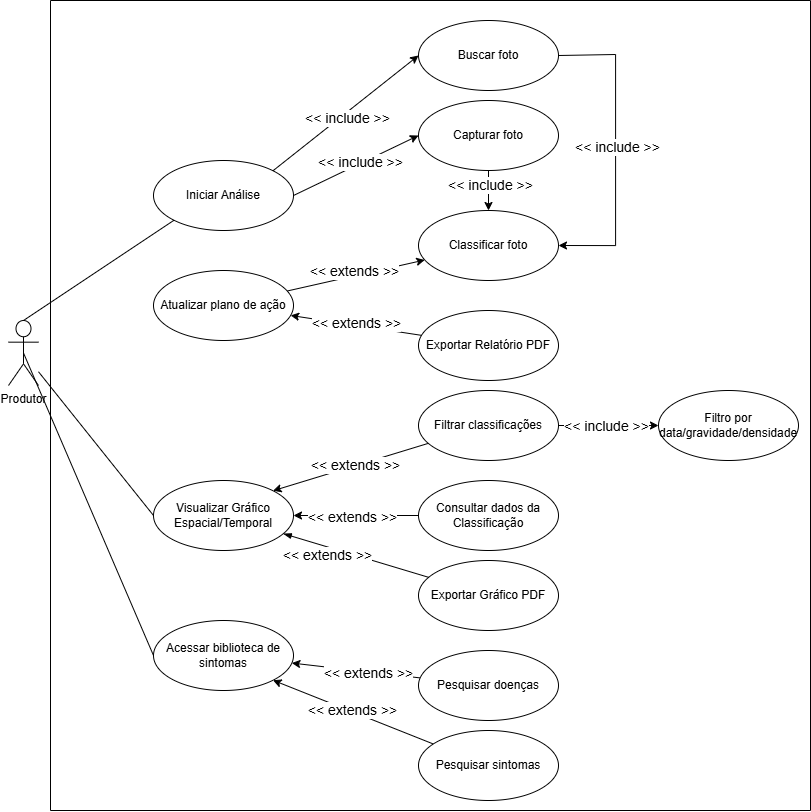
This is artefatos/diagramas/caso_de_uso.png from guilhermexmada/pi-ponskan, a draw.io export, as it was before one commit. Source tidied: cells renumbered, new cells last; positions are measured from the earlier drawing's top-left corner, leaving out a move shared by most shapes.
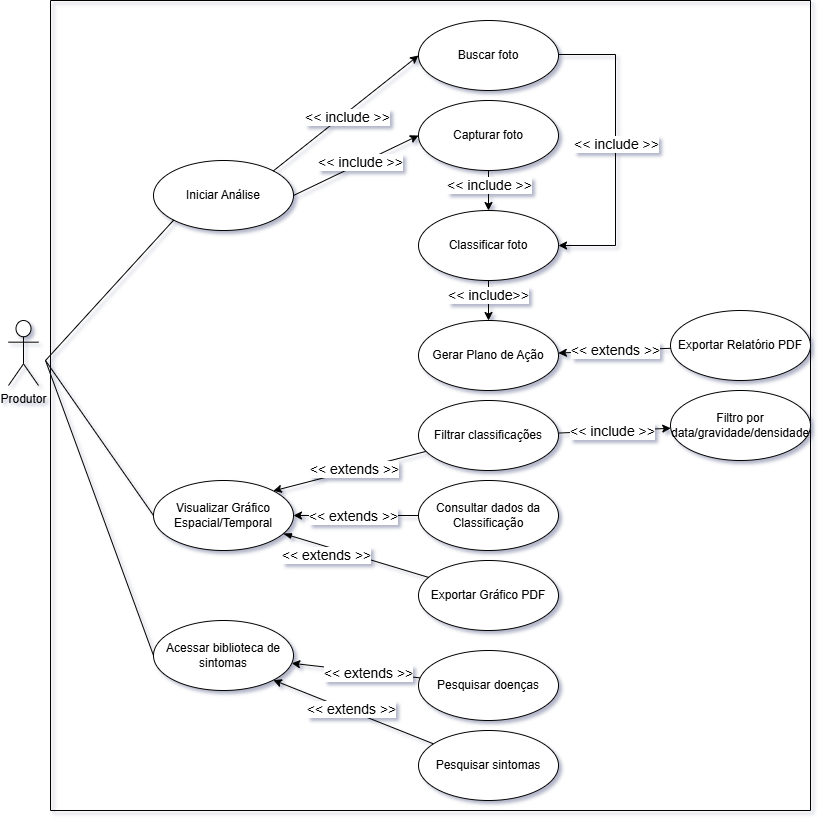
After the commit.

The edit, as a diff of the source:
```diff
@@ -2,8 +2,10 @@
   <root>
     <mxCell id="0" />
     <mxCell id="1" parent="0" />
-    <mxCell id="2" style="rounded=0;jettySize=auto;html=1;entryX=0;entryY=0.5;entryDx=0;entryDy=0;endArrow=none;endFill=0;" parent="1" edge="1" source="3" target="18">
-      <mxGeometry relative="1" as="geometry" />
+    <mxCell id="2" style="rounded=0;jettySize=auto;html=1;entryX=0;entryY=0.5;entryDx=0;entryDy=0;endArrow=none;endFill=0;" parent="1" edge="1" target="18">
+      <mxGeometry relative="1" as="geometry">
+        <mxPoint x="37" y="360" as="sourcePoint" />
+      </mxGeometry>
     </mxCell>
     <mxCell id="3" value="Produtor" style="shape=umlActor;verticalLabelPosition=bottom;verticalAlign=top;html=1;" parent="1" vertex="1">
       <mxGeometry y="320" width="30" height="65" as="geometry" />
@@ -20,12 +22,12 @@
     <mxCell id="7" value="Capturar foto" style="ellipse;whiteSpace=wrap;html=1;" parent="4" vertex="1">
       <mxGeometry x="368" y="100" width="140" height="70" as="geometry" />
     </mxCell>
-    <mxCell id="8" style="rounded=0;jettySize=auto;html=1;startArrow=classic;startFill=1;endArrow=none;endFill=0;" parent="4" edge="1" source="10" target="13">
+    <mxCell id="8" style="rounded=0;jettySize=auto;html=1;startArrow=none;startFill=0;endArrow=classic;endFill=1;" parent="4" edge="1" source="10" target="13">
       <mxGeometry relative="1" as="geometry" />
     </mxCell>
-    <mxCell id="9" value="&lt;font style=&quot;font-size: 14px;&quot;&gt;&amp;lt;&amp;lt; extends &amp;gt;&amp;gt;&lt;/font&gt;" style="edgeLabel;html=1;align=center;verticalAlign=middle;" parent="8" vertex="1">
+    <mxCell id="9" value="&lt;font style=&quot;font-size: 14px;&quot;&gt;&amp;lt;&amp;lt; include&amp;gt;&amp;gt;&lt;/font&gt;" style="edgeLabel;html=1;align=center;verticalAlign=middle;" parent="8" vertex="1">
       <mxGeometry x="-0.2" y="3" relative="1" as="geometry">
-        <mxPoint x="-17" y="-5" as="offset" />
+        <mxPoint x="-3" y="-2" as="offset" />
       </mxGeometry>
     </mxCell>
     <mxCell id="10" value="Classificar foto" style="ellipse;whiteSpace=wrap;html=1;" parent="4" vertex="1">
@@ -39,8 +41,8 @@
         <mxPoint x="9" y="1" as="offset" />
       </mxGeometry>
     </mxCell>
-    <mxCell id="13" value="Atualizar plano de ação" style="ellipse;whiteSpace=wrap;html=1;" parent="4" vertex="1">
-      <mxGeometry x="103" y="270" width="140" height="70" as="geometry" />
+    <mxCell id="13" value="Gerar Plano de Ação" style="ellipse;whiteSpace=wrap;html=1;" parent="4" vertex="1">
+      <mxGeometry x="368" y="320" width="140" height="70" as="geometry" />
     </mxCell>
     <mxCell id="14" style="rounded=0;jettySize=auto;html=1;startArrow=blockThin;startFill=1;endArrow=none;endFill=0;" parent="4" edge="1" source="18" target="20">
       <mxGeometry relative="1" as="geometry" />
@@ -60,7 +62,7 @@
       <mxGeometry x="103" y="480" width="140" height="70" as="geometry" />
     </mxCell>
     <mxCell id="19" value="Exportar Relatório PDF" style="ellipse;whiteSpace=wrap;html=1;" parent="4" vertex="1">
-      <mxGeometry x="368" y="310" width="140" height="70" as="geometry" />
+      <mxGeometry x="620" y="310" width="140" height="70" as="geometry" />
     </mxCell>
     <mxCell id="20" value="Exportar Gráfico PDF" style="ellipse;whiteSpace=wrap;html=1;" parent="4" vertex="1">
       <mxGeometry x="368" y="560" width="140" height="70" as="geometry" />
@@ -102,7 +104,7 @@
       </mxGeometry>
     </mxCell>
     <mxCell id="30" value="Filtrar classificações" style="ellipse;whiteSpace=wrap;html=1;" parent="4" vertex="1">
-      <mxGeometry x="368" y="390" width="140" height="70" as="geometry" />
+      <mxGeometry x="368" y="400" width="140" height="70" as="geometry" />
     </mxCell>
     <mxCell id="31" style="rounded=0;jettySize=auto;html=1;" parent="4" edge="1" source="33" target="24">
       <mxGeometry relative="1" as="geometry" />
@@ -123,7 +125,7 @@
       <mxGeometry x="368" y="730" width="140" height="70" as="geometry" />
     </mxCell>
     <mxCell id="37" value="Filtro por data/gravidade/densidade" style="ellipse;whiteSpace=wrap;html=1;" parent="4" vertex="1">
-      <mxGeometry x="608" y="390" width="140" height="70" as="geometry" />
+      <mxGeometry x="620" y="390" width="140" height="70" as="geometry" />
     </mxCell>
     <mxCell id="38" value="Iniciar Análise" style="ellipse;whiteSpace=wrap;html=1;" parent="4" vertex="1">
       <mxGeometry x="103" y="160" width="140" height="70" as="geometry" />
@@ -144,11 +146,15 @@
         <mxPoint x="21" y="-11" as="offset" />
       </mxGeometry>
     </mxCell>
-    <mxCell id="43" style="rounded=0;jettySize=auto;html=1;entryX=0;entryY=0.5;entryDx=0;entryDy=0;endArrow=none;endFill=0;exitX=0.5;exitY=0.5;exitDx=0;exitDy=0;exitPerimeter=0;" parent="1" edge="1" source="3" target="24">
-      <mxGeometry relative="1" as="geometry" />
+    <mxCell id="43" style="rounded=0;jettySize=auto;html=1;entryX=0;entryY=0.5;entryDx=0;entryDy=0;endArrow=none;endFill=0;" parent="1" edge="1" target="24">
+      <mxGeometry relative="1" as="geometry">
+        <mxPoint x="37" y="360" as="sourcePoint" />
+      </mxGeometry>
     </mxCell>
-    <mxCell id="44" style="rounded=0;jettySize=auto;html=1;entryX=0;entryY=1;entryDx=0;entryDy=0;endArrow=none;endFill=0;exitX=0.5;exitY=0;exitDx=0;exitDy=0;exitPerimeter=0;" parent="1" edge="1" source="3" target="38">
-      <mxGeometry relative="1" as="geometry" />
+    <mxCell id="44" style="rounded=0;jettySize=auto;html=1;entryX=0;entryY=1;entryDx=0;entryDy=0;endArrow=none;endFill=0;" parent="1" edge="1" target="38">
+      <mxGeometry relative="1" as="geometry">
+        <mxPoint x="37" y="360" as="sourcePoint" />
+      </mxGeometry>
     </mxCell>
   </root>
 </mxGraphModel>
```
